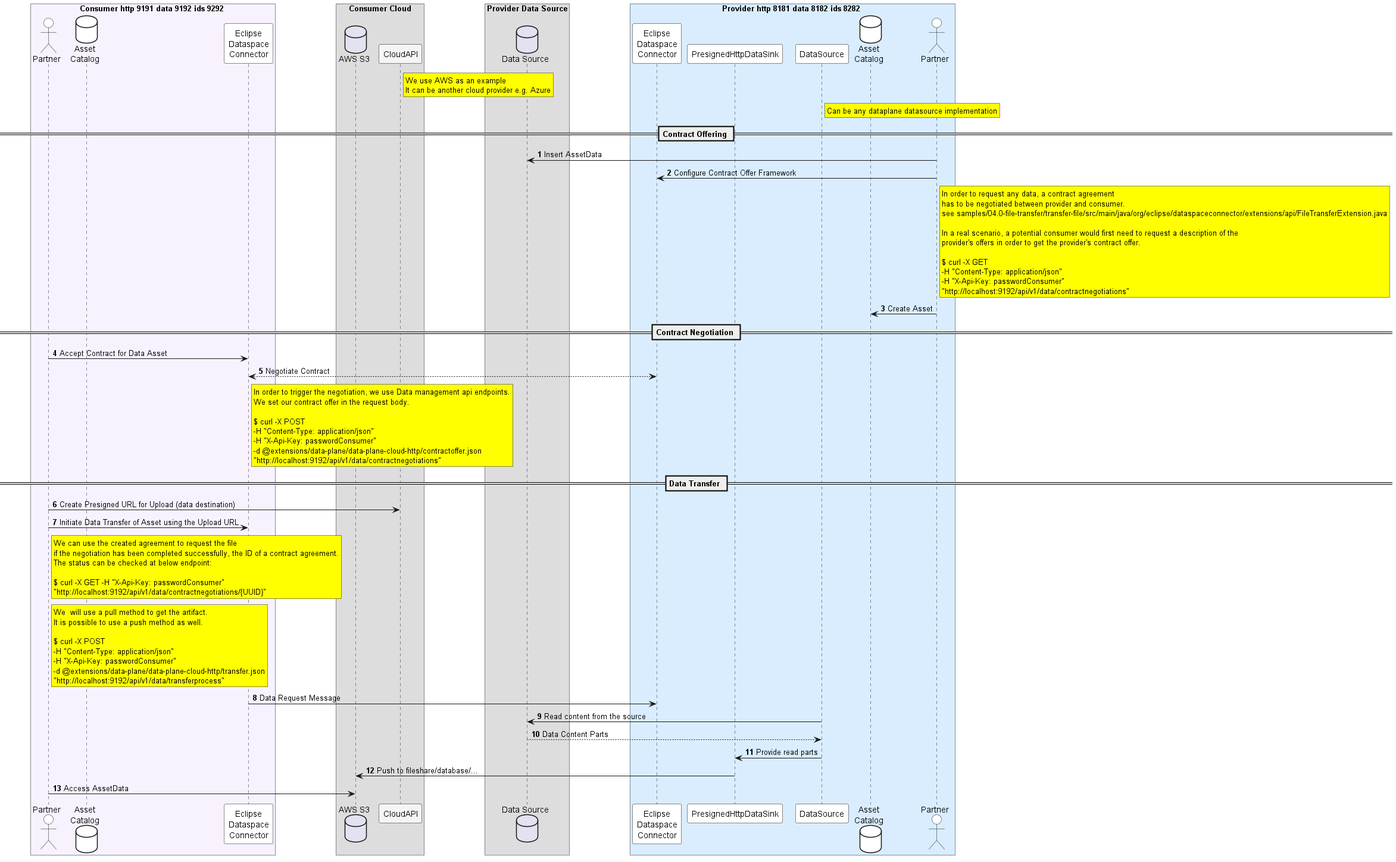
catenax-ng/catena-x-edc keeps this PlantUML diagram as edc-extensions/data-plane-cloud-http/docs/flow.png. Above is the earlier version. Its diagram source:
```plantuml
@startuml

autonumber

skinparam BoxPadding 50

skinParam NoteBackgroundColor WhiteSmoke
skinParam NoteFontColor Black
skinParam ParticipantBackgroundColor WhiteSmoke
skinParam ActorBackgroundColor WhiteSmoke
skinParam AgentBackgroundColor White
skinParam AgentBorderColor SkyBlue
skinparam shadowing false

!define ConsumerColor f8f2ff
!define ProviderColor d9edff
!define WarningColor Business
!define LeadColor Technology

box Consumer http 9191 data 9192 ids 9292 #ConsumerColor
    actor Partner1 as "Partner" #white
    database AssetCatalogConsumer as "Asset\nCatalog" #white
    participant ConnectorConsumer as "Eclipse\nDataspace\nConnector" #white
end box

box "Consumer Cloud"
    database FileShare1 as "AWS S3"
    participant CloudAPI1 as "CloudAPI"
end box

box "Provider Data Source"
    database FileShare2 as "Data Source"
end box

rnote right CloudAPI1 #yellow
We use AWS as an example
It can be another cloud provider e.g. Azure
end note

box Provider http 8181 data 8182 ids 8282 #ProviderColor
    participant ConnectorProvider as "Eclipse\nDataspace\nConnector" #white
    participant PresignedHttpDataSink as "PresignedHttpDataSink" #white
    participant DataSource as "DataSource" #white
    database AssetCatalogProvider as "Asset\nCatalog" #white
    actor Partner2 as "Partner" #white

    rnote right DataSource #yellow
    Can be any dataplane datasource implementation
    end note
end box

== Contract Offering ==

Partner2 -> FileShare2 : Insert AssetData
Partner2 -> ConnectorProvider : Configure Contract Offer Framework
rnote right Partner2 #yellow
In order to request any data, a contract agreement
has to be negotiated between provider and consumer.
see samples/04.0-file-transfer/transfer-file/src/main/java/org/eclipse/dataspaceconnector/extensions/api/FileTransferExtension.java

In a real scenario, a potential consumer would first need to request a description of the
provider's offers in order to get the provider's contract offer.

$ curl -X GET
-H "Content-Type: application/json"
-H "X-Api-Key: passwordConsumer"
"http://localhost:9192/api/v1/data/contractnegotiations"
end note
Partner2 -> AssetCatalogProvider : Create Asset

== Contract Negotiation ==
Partner1 -> ConnectorConsumer : Accept Contract for Data Asset
ConnectorConsumer <--> ConnectorProvider : Negotiate Contract
rnote right ConnectorConsumer #yellow
In order to trigger the negotiation, we use Data management api endpoints.
We set our contract offer in the request body.

$ curl -X POST
-H "Content-Type: application/json"
-H "X-Api-Key: passwordConsumer"
-d @extensions/data-plane/data-plane-cloud-http/contractoffer.json
"http://localhost:9192/api/v1/data/contractnegotiations"
end note
== Data Transfer ==
Partner1 -> CloudAPI1 : Create Presigned URL for Upload (data destination)
Partner1 -> ConnectorConsumer : Initiate Data Transfer of Asset using the Upload URL
rnote right Partner1 #yellow
We can use the created agreement to request the file
if the negotiation has been completed successfully, the ID of a contract agreement.
The status can be checked at below endpoint:

$ curl -X GET -H "X-Api-Key: passwordConsumer"
"http://localhost:9192/api/v1/data/contractnegotiations/{UUID}"
end note

rnote right Partner1 #yellow
We  will use a pull method to get the artifact.
It is possible to use a push method as well.

$ curl -X POST
-H "Content-Type: application/json"
-H "X-Api-Key: passwordConsumer"
-d @extensions/data-plane/data-plane-cloud-http/transfer.json
"http://localhost:9192/api/v1/data/transferprocess"
end note


ConnectorConsumer -> ConnectorProvider : Data Request Message
DataSource -> FileShare2 : Read content from the source
return Data Content Parts
DataSource -> PresignedHttpDataSink : Provide read parts
PresignedHttpDataSink -> FileShare1  : Push to fileshare/database/...

Partner1 -> FileShare1 : Access AssetData


@enduml
```
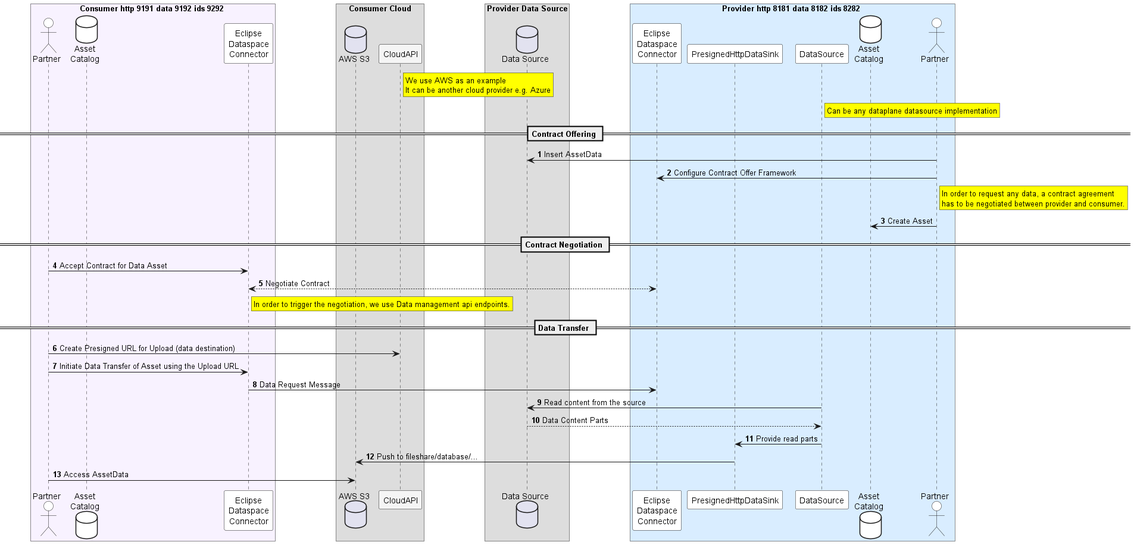
After the commit.

Commit message:
Remove dummy password from flow.png

What changed in the source:
```diff
@@ -56,15 +56,6 @@
 rnote right Partner2 #yellow
 In order to request any data, a contract agreement
 has to be negotiated between provider and consumer.
-see samples/04.0-file-transfer/transfer-file/src/main/java/org/eclipse/dataspaceconnector/extensions/api/FileTransferExtension.java
-
-In a real scenario, a potential consumer would first need to request a description of the
-provider's offers in order to get the provider's contract offer.
-
-$ curl -X GET
--H "Content-Type: application/json"
--H "X-Api-Key: passwordConsumer"
-"http://localhost:9192/api/v1/data/contractnegotiations"
 end note
 Partner2 -> AssetCatalogProvider : Create Asset
 
@@ -73,36 +64,10 @@
 ConnectorConsumer <--> ConnectorProvider : Negotiate Contract
 rnote right ConnectorConsumer #yellow
 In order to trigger the negotiation, we use Data management api endpoints.
-We set our contract offer in the request body.
-
-$ curl -X POST
--H "Content-Type: application/json"
--H "X-Api-Key: passwordConsumer"
--d @extensions/data-plane/data-plane-cloud-http/contractoffer.json
-"http://localhost:9192/api/v1/data/contractnegotiations"
 end note
 == Data Transfer ==
 Partner1 -> CloudAPI1 : Create Presigned URL for Upload (data destination)
 Partner1 -> ConnectorConsumer : Initiate Data Transfer of Asset using the Upload URL
-rnote right Partner1 #yellow
-We can use the created agreement to request the file
-if the negotiation has been completed successfully, the ID of a contract agreement.
-The status can be checked at below endpoint:
-
-$ curl -X GET -H "X-Api-Key: passwordConsumer"
-"http://localhost:9192/api/v1/data/contractnegotiations/{UUID}"
-end note
-
-rnote right Partner1 #yellow
-We  will use a pull method to get the artifact.
-It is possible to use a push method as well.
-
-$ curl -X POST
--H "Content-Type: application/json"
--H "X-Api-Key: passwordConsumer"
--d @extensions/data-plane/data-plane-cloud-http/transfer.json
-"http://localhost:9192/api/v1/data/transferprocess"
-end note
 
 
 ConnectorConsumer -> ConnectorProvider : Data Request Message
```
